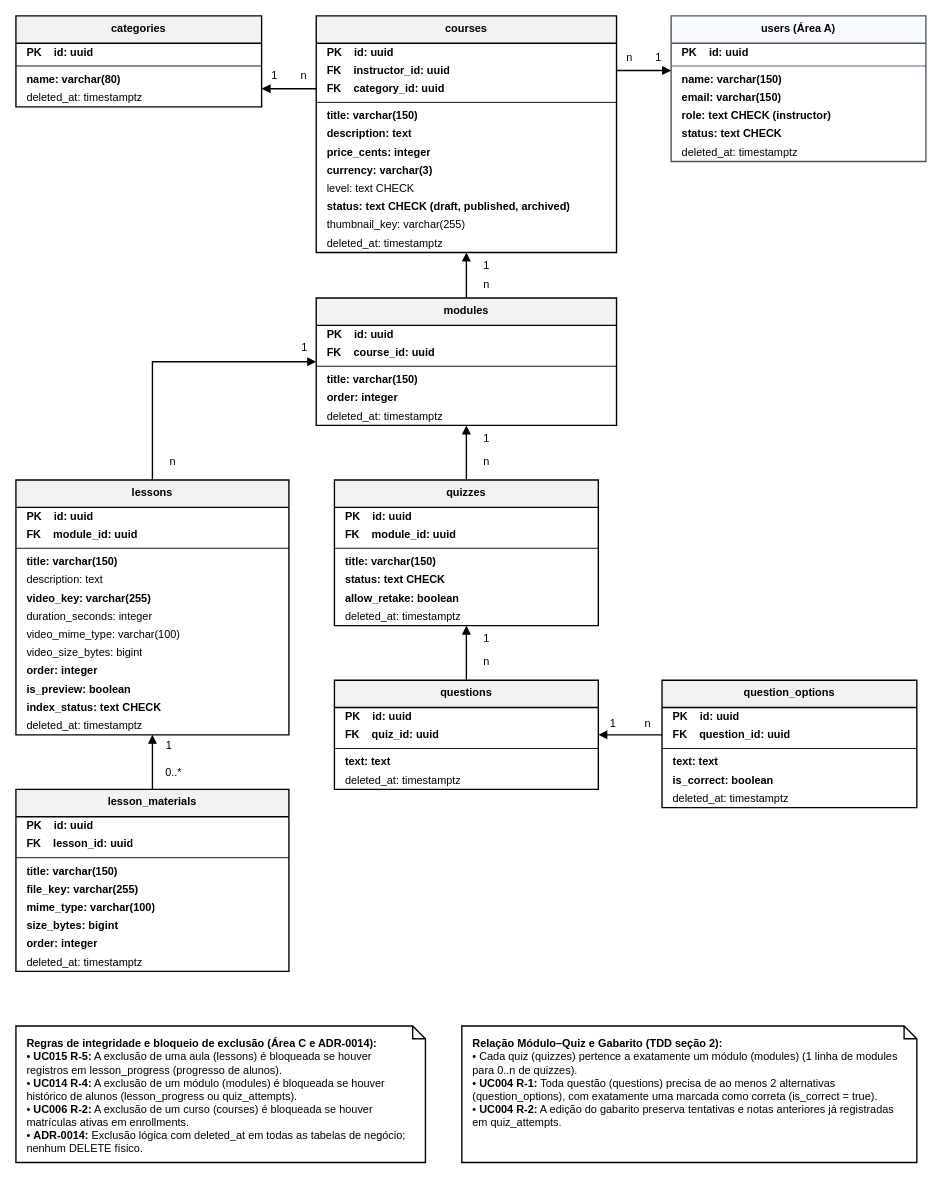
The draw.io diagram especificacao/diagramas/12-modelo-de-dados-area-b.drawio in Plataforma-de-Cursos-TCC/plataforma-cursos-docs, before the edit. Source tidied: cells renumbered, new cells numbered last; positions are measured from the earlier drawing's top-left corner, leaving out a move shared by most shapes. Both pictures are drawn from the tidied source at 91%, with x=0, y=0 at pixel (15, 15).
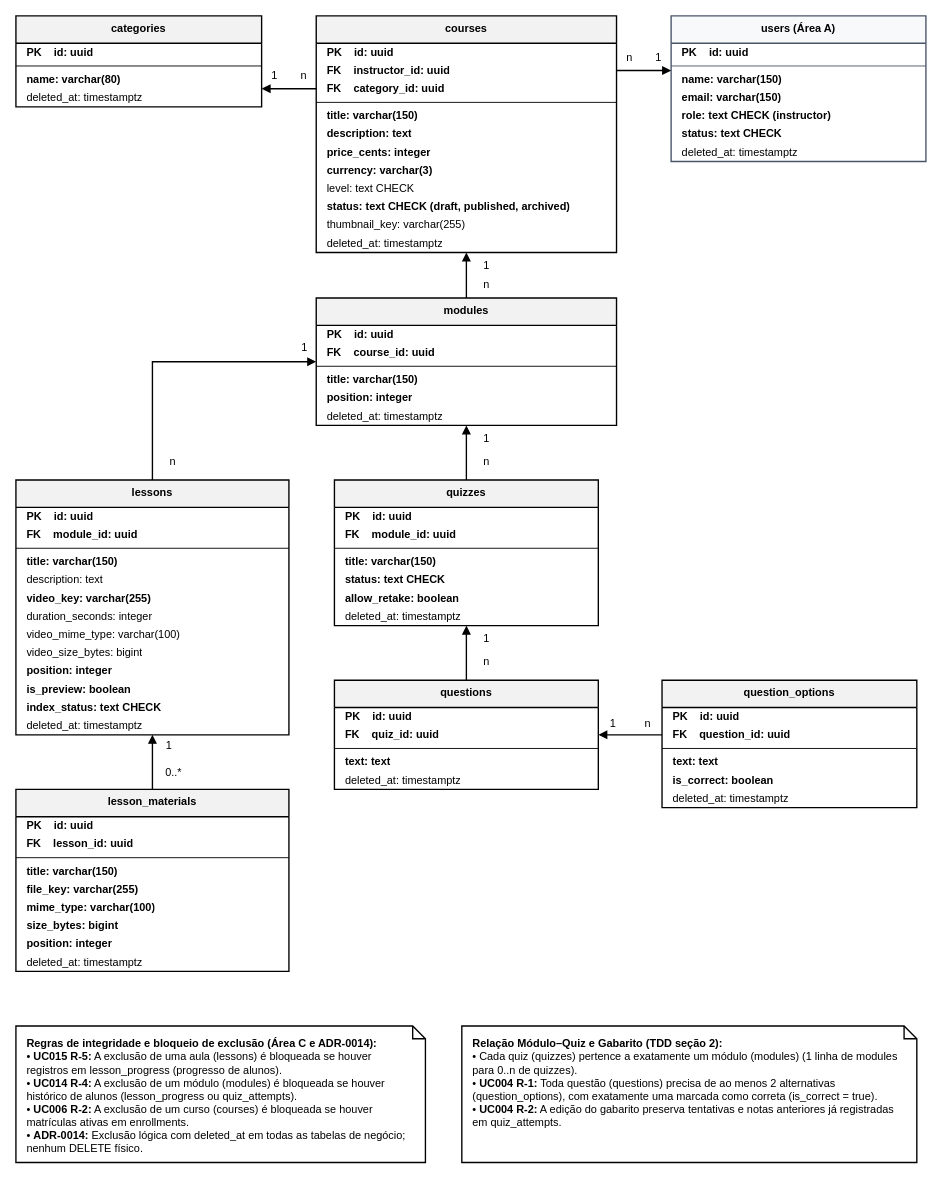
After the change.

Commit message (it also covers changes not shown here):
docs(modelo-de-dados): rename order to position and align deletion rules

The change refers to these unchanged cells:
```xml
<mxCell id="28" value="modules" style="swimlane;fontStyle=1;align=center;verticalAlign=top;horizontal=1;startSize=30;whiteSpace=wrap;html=1;fillColor=#F2F2F2;strokeColor=#000000;strokeWidth=1.5;fontFamily=Helvetica;fontSize=12;" parent="1" vertex="1">
  <mxGeometry x="330" y="310" width="330" height="140" as="geometry" />
</mxCell>
<mxCell id="35" value="lessons" style="swimlane;fontStyle=1;align=center;verticalAlign=top;horizontal=1;startSize=30;whiteSpace=wrap;html=1;fillColor=#F2F2F2;strokeColor=#000000;strokeWidth=1.5;fontFamily=Helvetica;fontSize=12;" parent="1" vertex="1">
  <mxGeometry y="510" width="300" height="280" as="geometry" />
</mxCell>
<mxCell id="49" value="lesson_materials" style="swimlane;fontStyle=1;align=center;verticalAlign=top;horizontal=1;startSize=30;whiteSpace=wrap;html=1;fillColor=#F2F2F2;strokeColor=#000000;strokeWidth=1.5;fontFamily=Helvetica;fontSize=12;" parent="1" vertex="1">
  <mxGeometry y="850" width="300" height="200" as="geometry" />
</mxCell>
```

What changed in the source:
```diff
@@
-    <mxCell id="33" value="&lt;b&gt;order: integer&lt;/b&gt;" style="text;strokeColor=none;fillColor=none;align=left;verticalAlign=middle;spacingLeft=10;spacingRight=10;overflow=hidden;fontFamily=Helvetica;fontSize=12;html=1;" parent="28" vertex="1">
+    <mxCell id="33" value="&lt;b&gt;position: integer&lt;/b&gt;" style="text;strokeColor=none;fillColor=none;align=left;verticalAlign=middle;spacingLeft=10;spacingRight=10;overflow=hidden;fontFamily=Helvetica;fontSize=12;html=1;" parent="28" vertex="1">
       <mxGeometry y="100" width="330" height="20" as="geometry" />
     </mxCell>
@@
-    <mxCell id="45" value="&lt;b&gt;order: integer&lt;/b&gt;" style="text;strokeColor=none;fillColor=none;align=left;verticalAlign=middle;spacingLeft=10;spacingRight=10;overflow=hidden;fontFamily=Helvetica;fontSize=12;html=1;" parent="35" vertex="1">
+    <mxCell id="45" value="&lt;b&gt;position: integer&lt;/b&gt;" style="text;strokeColor=none;fillColor=none;align=left;verticalAlign=middle;spacingLeft=10;spacingRight=10;overflow=hidden;fontFamily=Helvetica;fontSize=12;html=1;" parent="35" vertex="1">
       <mxGeometry y="200" width="300" height="20" as="geometry" />
     </mxCell>
@@
-    <mxCell id="57" value="&lt;b&gt;order: integer&lt;/b&gt;" style="text;strokeColor=none;fillColor=none;align=left;verticalAlign=middle;spacingLeft=10;spacingRight=10;overflow=hidden;fontFamily=Helvetica;fontSize=12;html=1;" parent="49" vertex="1">
+    <mxCell id="57" value="&lt;b&gt;position: integer&lt;/b&gt;" style="text;strokeColor=none;fillColor=none;align=left;verticalAlign=middle;spacingLeft=10;spacingRight=10;overflow=hidden;fontFamily=Helvetica;fontSize=12;html=1;" parent="49" vertex="1">
       <mxGeometry y="160" width="300" height="20" as="geometry" />
     </mxCell>
```
